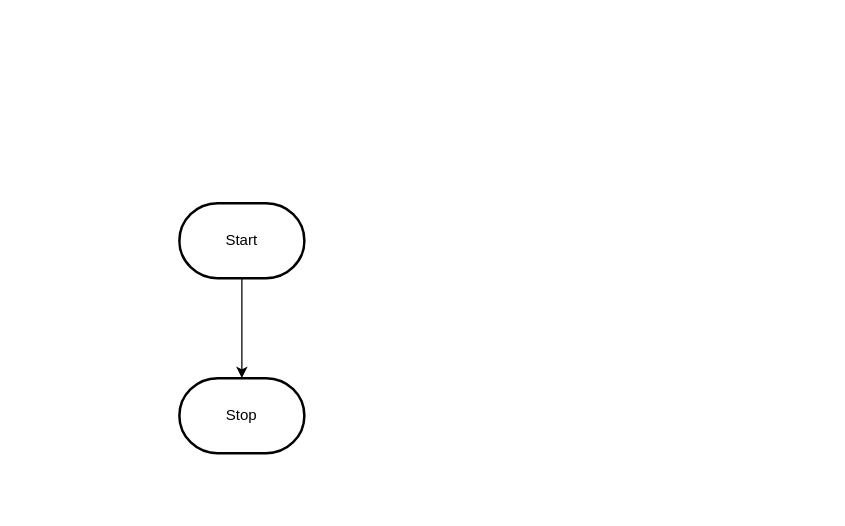
This is design/flowchart.drawio from MTHS-ICS2O-2-2022/ICS2O-Assignment-04-janet-do, a draw.io file, before an edit. Source tidied: cells renumbered, new cells numbered last; positions are measured from the earlier drawing's top-left corner, leaving out a move shared by most shapes. Both pictures are drawn from the tidied source at 125%, with x=0, y=0 at pixel (179, 202).
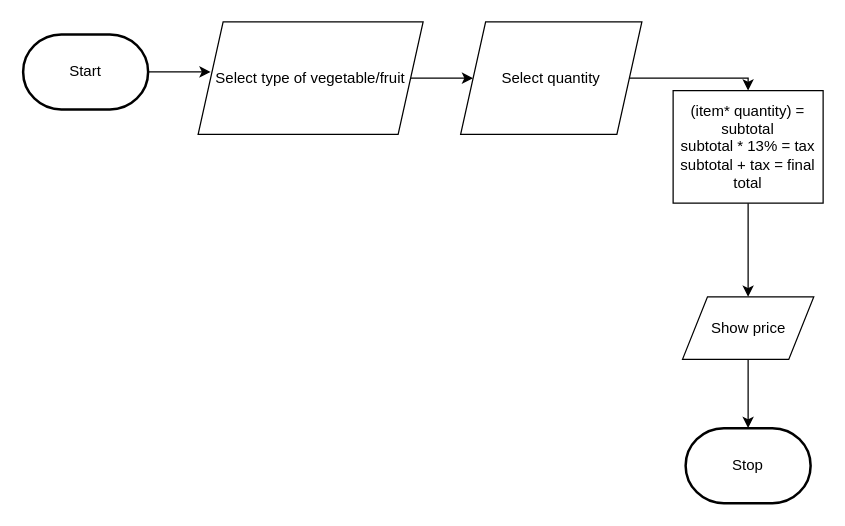
The same page after the edit.

The edit, as a diff of the source:
```diff
@@
 <mxGraphModel>
   <root>
     <mxCell id="0" />
     <mxCell id="1" parent="0" />
-    <mxCell id="2" style="edgeStyle=orthogonalEdgeStyle;html=1;rounded=0;" parent="1" edge="1" source="3" target="4">
-      <mxGeometry relative="1" as="geometry" />
-    </mxCell>
+    <mxCell id="5" style="edgeStyle=orthogonalEdgeStyle;html=1;exitX=1;exitY=0.5;exitDx=0;exitDy=0;exitPerimeter=0;rounded=0;" parent="1" edge="1" source="3">
+      <mxGeometry relative="1" as="geometry">
+        <mxPoint x="25" y="-105" as="targetPoint" />
+      </mxGeometry>
+    </mxCell>
     <mxCell id="3" value="Start" style="strokeWidth=2;html=1;shape=mxgraph.flowchart.terminator;whiteSpace=wrap;" parent="1" vertex="1">
-      <mxGeometry width="100" height="60" as="geometry" />
+      <mxGeometry x="-125" y="-135" width="100" height="60" as="geometry" />
     </mxCell>
     <mxCell id="4" value="Stop" style="strokeWidth=2;html=1;shape=mxgraph.flowchart.terminator;whiteSpace=wrap;" parent="1" vertex="1">
-      <mxGeometry y="140" width="100" height="60" as="geometry" />
+      <mxGeometry x="405" y="180" width="100" height="60" as="geometry" />
     </mxCell>
+    <mxCell id="6" style="edgeStyle=orthogonalEdgeStyle;shape=connector;rounded=0;html=1;exitX=1;exitY=0.5;exitDx=0;exitDy=0;labelBackgroundColor=default;strokeColor=default;fontFamily=Helvetica;fontSize=11;fontColor=default;endArrow=classic;entryX=0;entryY=0.5;entryDx=0;entryDy=0;" parent="1" edge="1" source="7" target="13">
+      <mxGeometry relative="1" as="geometry" />
+    </mxCell>
+    <mxCell id="7" value="Select type of vegetable/fruit" style="shape=parallelogram;perimeter=parallelogramPerimeter;whiteSpace=wrap;html=1;fixedSize=1;" parent="1" vertex="1">
+      <mxGeometry x="15" y="-145" width="180" height="90" as="geometry" />
+    </mxCell>
+    <mxCell id="8" style="edgeStyle=orthogonalEdgeStyle;rounded=0;html=1;exitX=0.5;exitY=1;exitDx=0;exitDy=0;" parent="1" edge="1" source="9" target="11">
+      <mxGeometry relative="1" as="geometry" />
+    </mxCell>
+    <mxCell id="9" value="(item* quantity) = subtotal&lt;br&gt;subtotal * 13% = tax&lt;br&gt;subtotal + tax = final total&lt;br&gt;" style="rounded=0;whiteSpace=wrap;html=1;" parent="1" vertex="1">
+      <mxGeometry x="395" y="-90" width="120" height="90" as="geometry" />
+    </mxCell>
+    <mxCell id="10" style="edgeStyle=orthogonalEdgeStyle;shape=connector;rounded=0;html=1;exitX=0.5;exitY=1;exitDx=0;exitDy=0;entryX=0.5;entryY=0;entryDx=0;entryDy=0;entryPerimeter=0;labelBackgroundColor=default;strokeColor=default;fontFamily=Helvetica;fontSize=11;fontColor=default;endArrow=classic;" parent="1" edge="1" source="11" target="4">
+      <mxGeometry relative="1" as="geometry" />
+    </mxCell>
+    <mxCell id="11" value="Show price" style="shape=parallelogram;perimeter=parallelogramPerimeter;whiteSpace=wrap;html=1;fixedSize=1;" parent="1" vertex="1">
+      <mxGeometry x="402.5" y="75" width="105" height="50" as="geometry" />
+    </mxCell>
+    <mxCell id="12" style="edgeStyle=orthogonalEdgeStyle;html=1;exitX=1;exitY=0.5;exitDx=0;exitDy=0;entryX=0.5;entryY=0;entryDx=0;entryDy=0;rounded=0;" parent="1" edge="1" source="13" target="9">
+      <mxGeometry relative="1" as="geometry" />
+    </mxCell>
+    <mxCell id="13" value="Select quantity" style="shape=parallelogram;perimeter=parallelogramPerimeter;whiteSpace=wrap;html=1;fixedSize=1;" parent="1" vertex="1">
+      <mxGeometry x="225" y="-145" width="145" height="90" as="geometry" />
+    </mxCell>
   </root>
 </mxGraphModel>
```
